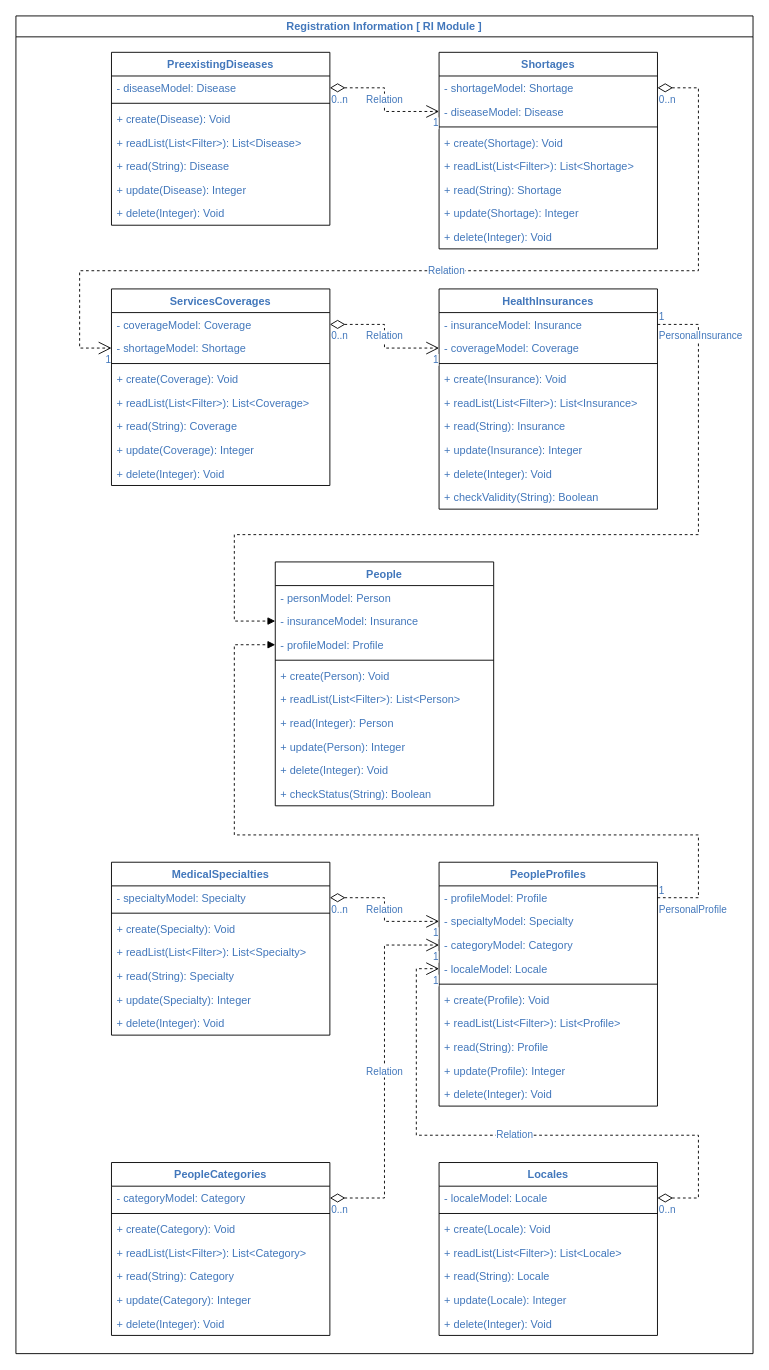
Above: page "Classes - RI" (2 of 4) of Macroarquitetura.drawio in kikoluiss/tcc-puc (draw.io), before the change. Source tidied: cells renumbered, new cells numbered last; positions are measured from the earlier drawing's top-left corner, leaving out a move shared by most shapes. Both pictures are drawn from the tidied source at 91%, with x=0, y=0 at pixel (15, 15).
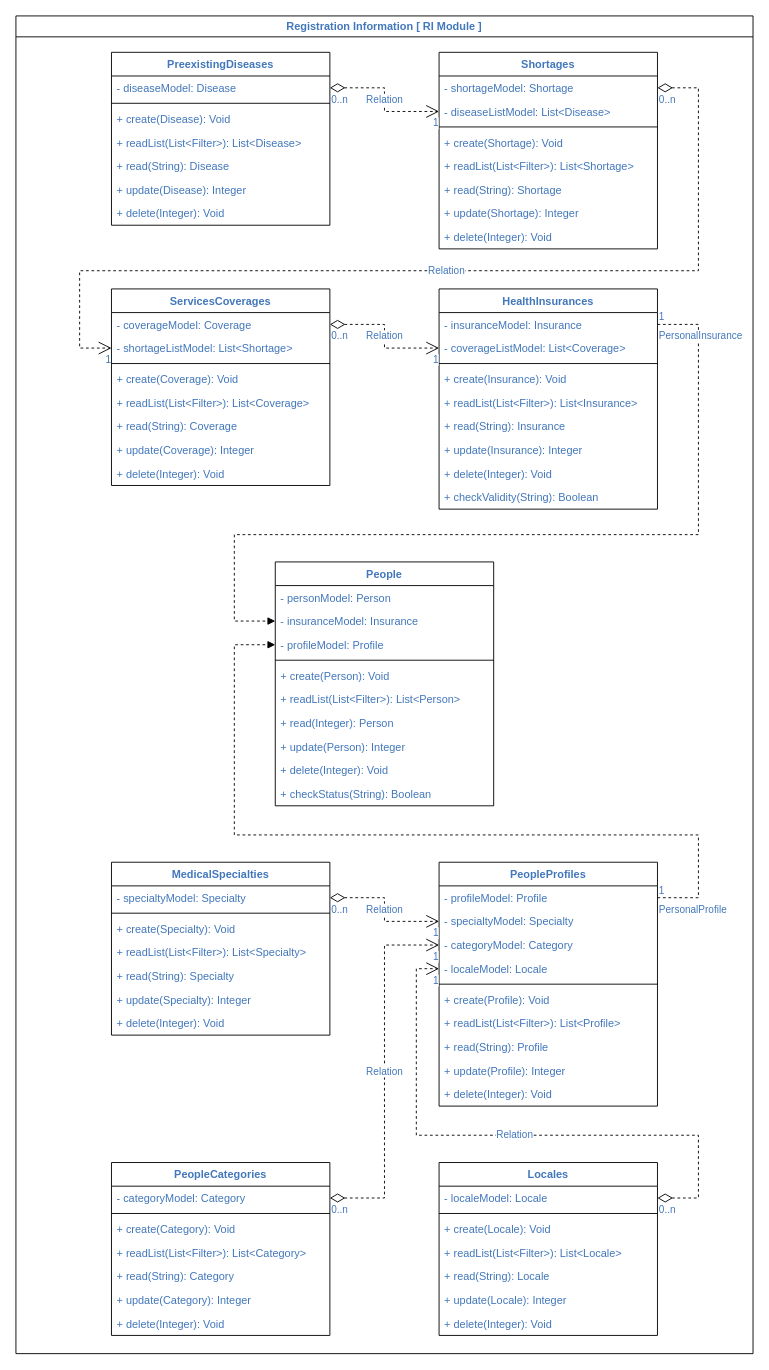
Above is the later version.

Unchanged cells that the change refers to:
```xml
<mxCell id="11" value="Shortages" style="swimlane;fontStyle=1;align=center;verticalAlign=top;horizontal=1;startSize=26;fontColor=#4277BB;strokeWidth=1;gradientColor=none;" parent="2" vertex="1">
  <mxGeometry x="465" y="40" width="240" height="216" as="geometry" />
</mxCell>
<mxCell id="23" value="ServicesCoverages" style="swimlane;fontStyle=1;align=center;verticalAlign=top;horizontal=1;startSize=26;fontColor=#4277BB;strokeWidth=1;gradientColor=none;" parent="2" vertex="1">
  <mxGeometry x="105" y="300" width="240" height="216" as="geometry" />
</mxCell>
<mxCell id="35" value="HealthInsurances" style="swimlane;fontStyle=1;align=center;verticalAlign=top;horizontal=1;startSize=26;fontColor=#4277BB;strokeWidth=1;gradientColor=none;" parent="2" vertex="1">
  <mxGeometry x="465" y="300" width="240" height="242" as="geometry" />
</mxCell>
```

The edit, as a diff of the source:
```diff
@@
-    <mxCell id="13" value="- diseaseModel: Disease" style="text;strokeColor=none;fillColor=none;align=left;verticalAlign=top;spacingLeft=4;spacingRight=4;overflow=hidden;points=[[0,0.5],[1,0.5]];portConstraint=eastwest;fontColor=#4277BB;" parent="11" vertex="1">
+    <mxCell id="13" value="- diseaseListModel: List&lt;Disease&gt;" style="text;strokeColor=none;fillColor=none;align=left;verticalAlign=top;spacingLeft=4;spacingRight=4;overflow=hidden;points=[[0,0.5],[1,0.5]];portConstraint=eastwest;fontColor=#4277BB;" parent="11" vertex="1">
       <mxGeometry y="52" width="240" height="26" as="geometry" />
     </mxCell>
@@
-    <mxCell id="25" value="- shortageModel: Shortage" style="text;strokeColor=none;fillColor=none;align=left;verticalAlign=top;spacingLeft=4;spacingRight=4;overflow=hidden;points=[[0,0.5],[1,0.5]];portConstraint=eastwest;fontColor=#4277BB;" parent="23" vertex="1">
+    <mxCell id="25" value="- shortageListModel: List&lt;Shortage&gt;" style="text;strokeColor=none;fillColor=none;align=left;verticalAlign=top;spacingLeft=4;spacingRight=4;overflow=hidden;points=[[0,0.5],[1,0.5]];portConstraint=eastwest;fontColor=#4277BB;" parent="23" vertex="1">
       <mxGeometry y="52" width="240" height="26" as="geometry" />
     </mxCell>
@@
-    <mxCell id="37" value="- coverageModel: Coverage" style="text;strokeColor=none;fillColor=none;align=left;verticalAlign=top;spacingLeft=4;spacingRight=4;overflow=hidden;points=[[0,0.5],[1,0.5]];portConstraint=eastwest;fontColor=#4277BB;" parent="35" vertex="1">
+    <mxCell id="37" value="- coverageListModel: List&lt;Coverage&gt;" style="text;strokeColor=none;fillColor=none;align=left;verticalAlign=top;spacingLeft=4;spacingRight=4;overflow=hidden;points=[[0,0.5],[1,0.5]];portConstraint=eastwest;fontColor=#4277BB;" parent="35" vertex="1">
       <mxGeometry y="52" width="240" height="26" as="geometry" />
     </mxCell>
```
